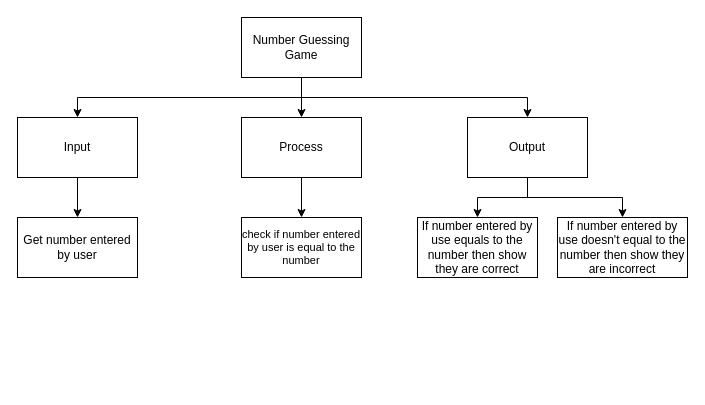
michael-clermont1/-ICS3U-Unit3-03-Python keeps this draw.io diagram as design.drawio. Above is the earlier version. Source tidied: cells renumbered, new cells numbered last; positions are measured from the earlier drawing's top-left corner, leaving out a move shared by most shapes. Both pictures are drawn from the tidied source at 100%, with x=0, y=0 at pixel (17, 17).
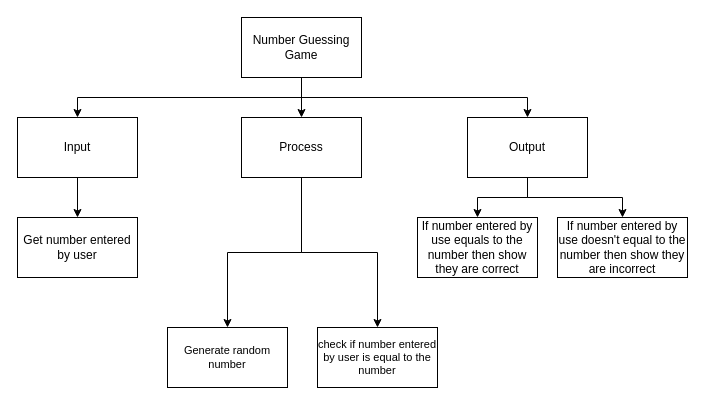
The same page after the edit.

Unchanged cells that the change refers to:
```xml
<mxCell id="9" value="Process" style="rounded=0;whiteSpace=wrap;html=1;" parent="1" vertex="1">
  <mxGeometry x="224" y="100" width="120" height="60" as="geometry" />
</mxCell>
```

Change to the diagram source:
```diff
@@
+    <mxCell id="17" style="edgeStyle=orthogonalEdgeStyle;html=1;entryX=0.5;entryY=0;entryDx=0;entryDy=0;rounded=0;" parent="1" edge="1" source="9" target="18">
+      <mxGeometry relative="1" as="geometry" />
+    </mxCell>
@@
     <mxCell id="15" value="check if number entered by user is equal to the number" style="rounded=0;whiteSpace=wrap;html=1;fontFamily=Helvetica;fontSize=11;fontColor=default;" parent="1" vertex="1">
-      <mxGeometry x="224" y="200" width="120" height="60" as="geometry" />
+      <mxGeometry x="300" y="310" width="120" height="60" as="geometry" />
     </mxCell>
@@
+    <mxCell id="18" value="Generate random number" style="rounded=0;whiteSpace=wrap;html=1;fontFamily=Helvetica;fontSize=11;fontColor=default;" parent="1" vertex="1">
+      <mxGeometry x="150" y="310" width="120" height="60" as="geometry" />
+    </mxCell>
```
